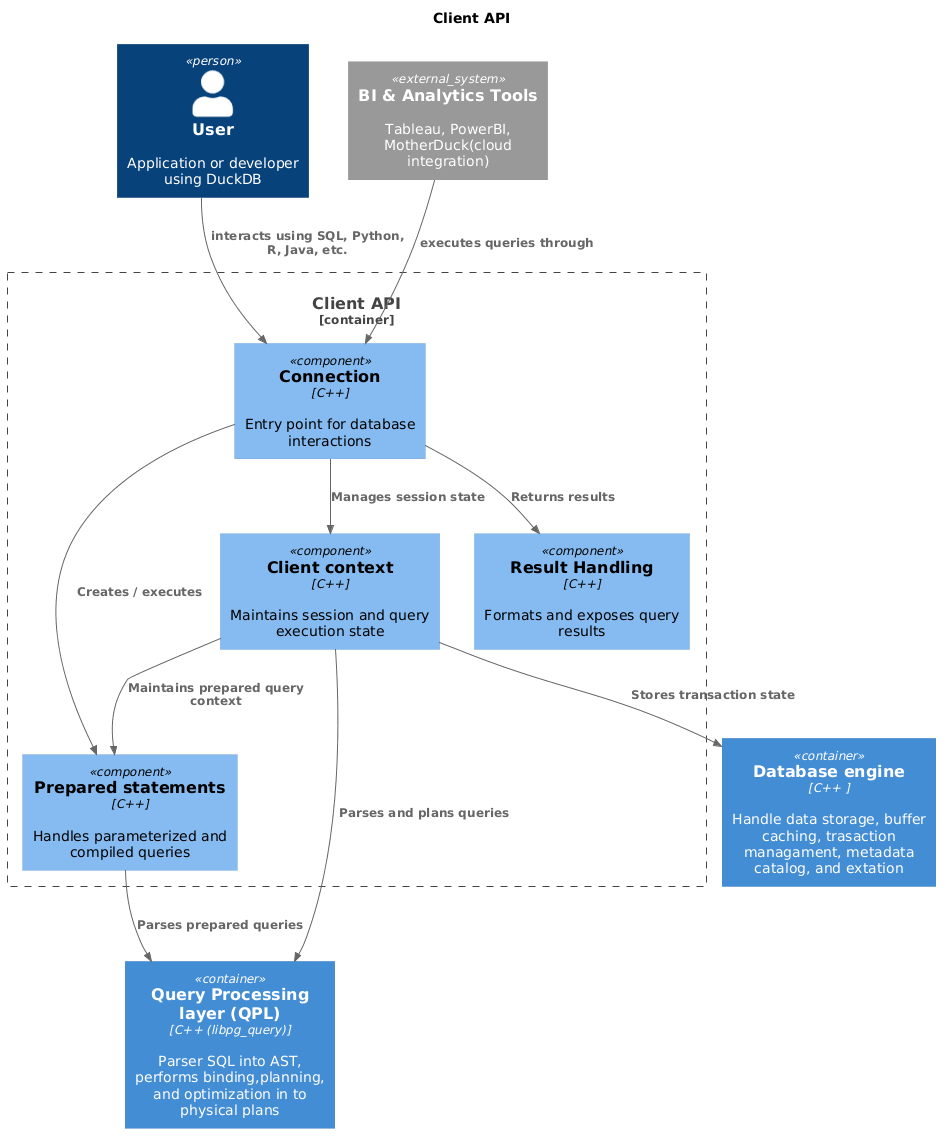
This is reports/img/c4/level3/clientApi.png from team-14-sda/project, a PlantUML export, as it was before one commit. The source it was exported from:
```plantuml
@startuml
!includeurl https://raw.githubusercontent.com/plantuml-stdlib/C4-PlantUML/master/C4_Component.puml

title Client API

Person(user, "User", "Application or developer using DuckDB")


Container_Boundary(clientApiBoundary, "Client API") {

    Component(connection, "Connection", "C++", "Entry point for database interactions")
    Component(clientContext,"Client context","C++","Maintains session and query execution state")
    Component(prapareStatements,"Prepared statements","C++","Handles parameterized and compiled queries")
    Component(resultHandling,"Result Handling","C++","Formats and exposes query results")

}
Container(QPL, "Query Processing layer (QPL)","C++ (libpg_query)","Parser SQL into AST, performs binding,planning, and optimization in to physical plans")
Container(DBE,"Database engine ","C++ ","Handle data storage, buffer caching, trasaction managament, metadata catalog, and extation")
System_Ext(EDB,"BI & Analytics Tools","Tableau, PowerBI, MotherDuck(cloud integration)")

Rel(EDB,connection,"executes queries through")
Rel(user, connection, "interacts using SQL, Python, R, Java, etc.")
Rel(connection, clientContext,  "Manages session state")
Rel(connection, prapareStatements, "Creates / executes")
Rel(connection, resultHandling, "Returns results")
Rel(clientContext,DBE, "Stores transaction state")
Rel(clientContext, prapareStatements, "Maintains prepared query context")
Rel(prapareStatements,QPL,"Parses prepared queries")
Rel(clientContext, QPL, "Parses and plans queries")
@enduml
```
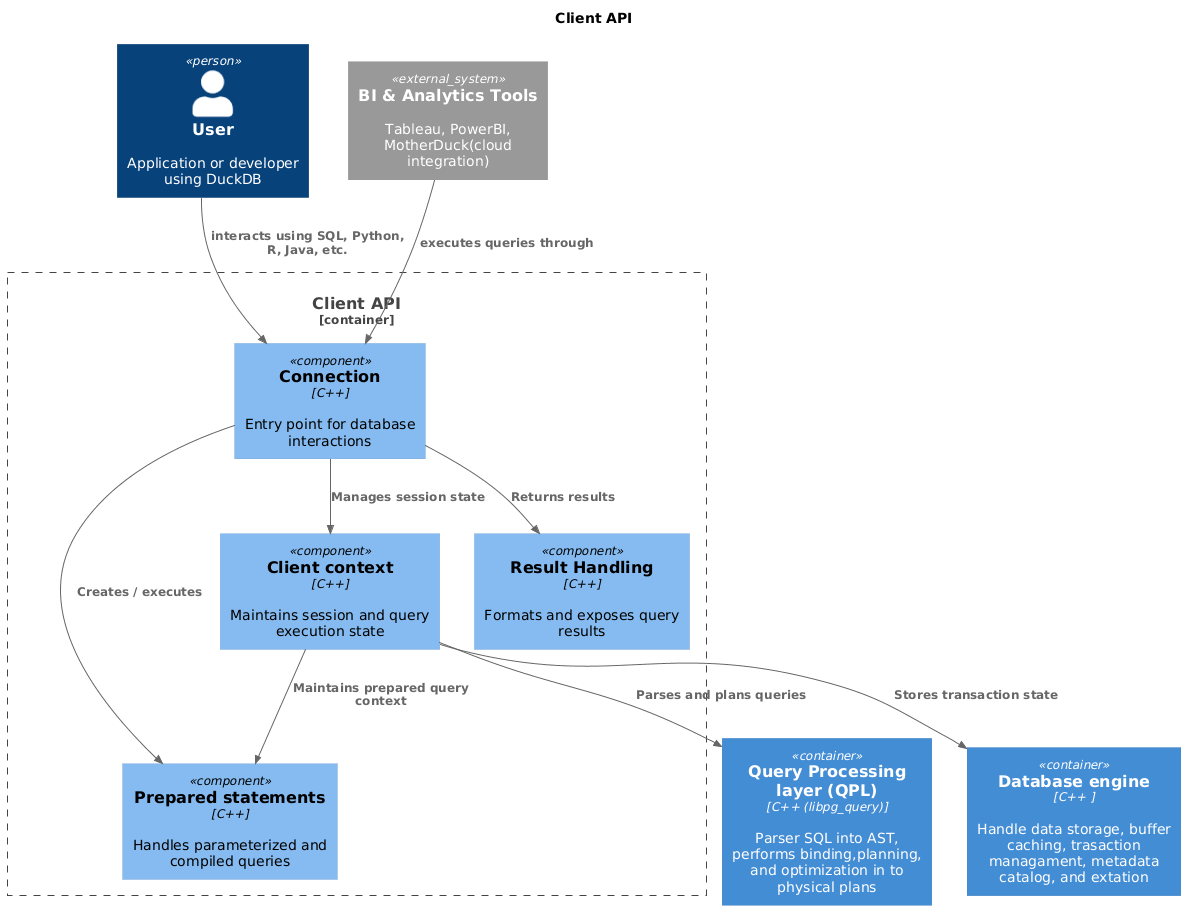
The same file after the commit.

Commit message:
fix(Architecture.md): Updated the diagram according to today’s guidelines.

Change to the diagram source:
```diff
@@ -25,6 +25,5 @@
 Rel(connection, resultHandling, "Returns results")
 Rel(clientContext,DBE, "Stores transaction state")
 Rel(clientContext, prapareStatements, "Maintains prepared query context")
-Rel(prapareStatements,QPL,"Parses prepared queries")
 Rel(clientContext, QPL, "Parses and plans queries")
 @enduml
```
